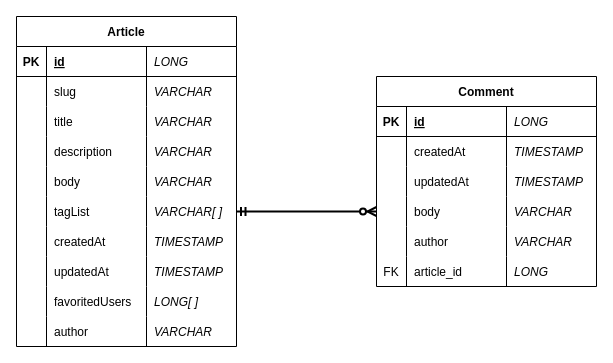
Earlier version of the draw.io diagram diagrams/article-service/entity.drawio (gudfhr95/realworld-msa). Source tidied: cells renumbered, new cells numbered last; positions are measured from the earlier drawing's top-left corner, leaving out a move shared by most shapes. Both pictures are drawn from the tidied source at 100%, with x=0, y=0 at pixel (16, 16).
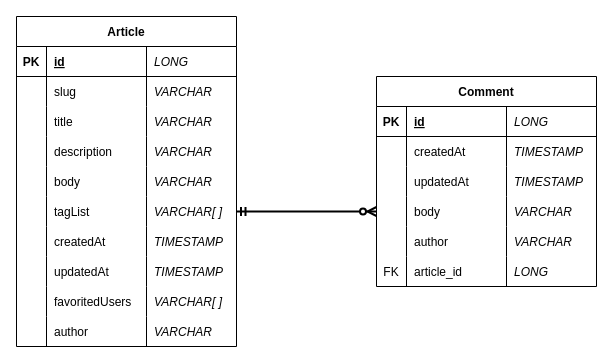
The same diagram, later.

Commit message:
:memo: update erd

The change refers to these unchanged cells:
```xml
<mxCell id="35" style="shape=tableRow;horizontal=0;startSize=0;swimlaneHead=0;swimlaneBody=0;fillColor=none;top=0;left=0;right=0;bottom=0;" parent="2" vertex="1">
  <mxGeometry y="270" width="220" height="30" as="geometry" />
</mxCell>
```

Diff of the diagram source:
```diff
@@
-    <mxCell id="38" value="LONG[ ]" style="shape=partialRectangle;fillColor=none;top=0;left=0;bottom=0;right=0;align=left;spacingLeft=6;overflow=hidden;fontStyle=2;" parent="35" vertex="1">
+    <mxCell id="38" value="VARCHAR[ ]" style="shape=partialRectangle;fillColor=none;top=0;left=0;bottom=0;right=0;align=left;spacingLeft=6;overflow=hidden;fontStyle=2;" parent="35" vertex="1">
       <mxGeometry x="130" width="90" height="30" as="geometry" />
     </mxCell>
```
